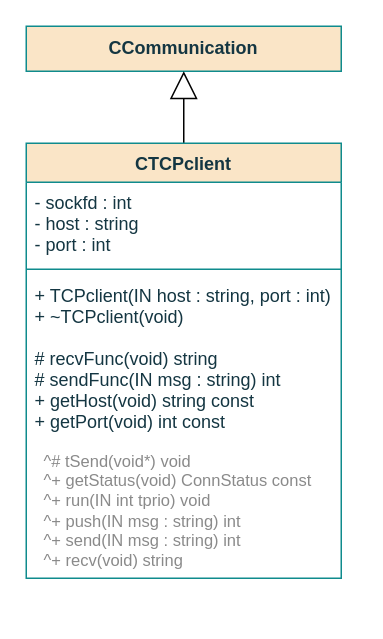
Above: page "Class" (1 of 4) of documentation/flowcharts/Classes/CTCPclient.drawio in ESRGgroup9/slipad (draw.io), before the change. Source tidied: cells renumbered, new cells numbered last; positions are measured from the earlier drawing's top-left corner, leaving out a move shared by most shapes. Both pictures are drawn from the tidied source at 150%, with x=0, y=0 at pixel (26, 26).
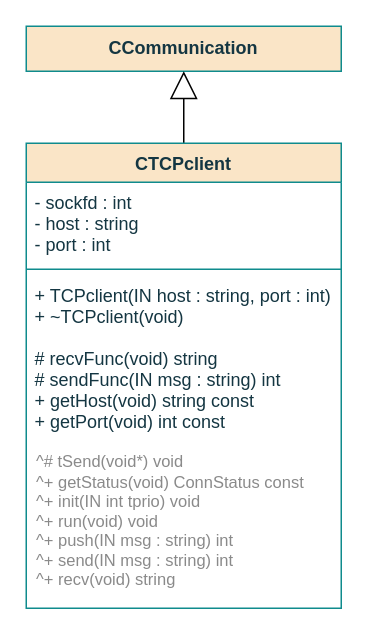
The same page after the edit.

What changed in the source:
```diff
@@
 <mxGraphModel>
   <root>
     <mxCell id="0" />
     <mxCell id="1" parent="0" />
     <mxCell id="2" value="CCommunication" style="rounded=0;whiteSpace=wrap;html=1;sketch=0;fontColor=#143642;strokeColor=#0F8B8D;fillColor=#FAE5C7;fontStyle=1;" parent="1" vertex="1">
       <mxGeometry width="210" height="30" as="geometry" />
     </mxCell>
     <mxCell id="3" style="endArrow=block;endSize=16;endFill=0;html=1;rounded=0;exitX=0.5;exitY=0;exitDx=0;exitDy=0;entryX=0.5;entryY=1;entryDx=0;entryDy=0;" parent="1" edge="1" target="2">
       <mxGeometry relative="1" as="geometry">
         <mxPoint x="105" y="80" as="sourcePoint" />
       </mxGeometry>
     </mxCell>
     <mxCell id="4" value="CTCPclient" style="swimlane;fontStyle=1;align=center;verticalAlign=top;horizontal=1;startSize=26;fillColor=#FAE5C7;strokeColor=#0F8B8D;fontColor=#143642;" parent="1" vertex="1">
-      <mxGeometry y="78" width="210" height="290" as="geometry" />
+      <mxGeometry y="78" width="210" height="310" as="geometry" />
     </mxCell>
     <mxCell id="5" value="- sockfd : int&#10;- host : string&#10;- port : int&#10;&#10;" style="text;strokeColor=none;fillColor=none;align=left;verticalAlign=top;spacingLeft=4;spacingRight=4;overflow=hidden;fontColor=#143642;" parent="4" vertex="1">
       <mxGeometry y="26" width="210" height="54" as="geometry" />
     </mxCell>
     <mxCell id="6" style="line;strokeWidth=1;fillColor=none;align=left;verticalAlign=middle;spacingTop=-1;spacingLeft=3;spacingRight=3;labelPosition=right;labelBackgroundColor=#DAD2D8;strokeColor=#0F8B8D;fontColor=#143642;" parent="4" vertex="1">
       <mxGeometry y="80" width="210" height="8" as="geometry" />
     </mxCell>
     <mxCell id="7" value="+ TCPclient(IN host : string, port : int)&#10;+ ~TCPclient(void)&#10;&#10;# recvFunc(void) string&#10;# sendFunc(IN msg : string) int&#10;+ getHost(void) string const&#10;+ getPort(void) int const&#10; " style="text;strokeColor=none;fillColor=none;align=left;verticalAlign=top;spacingLeft=4;spacingRight=4;overflow=hidden;fontColor=#143642;" parent="4" vertex="1">
-      <mxGeometry y="88" width="210" height="202" as="geometry" />
+      <mxGeometry y="88" width="210" height="222" as="geometry" />
     </mxCell>
-    <mxCell id="8" value="&lt;div style=&quot;font-size: 11px&quot;&gt;&lt;font style=&quot;font-size: 11px&quot; color=&quot;#8A8A8A&quot;&gt;^# tSend(void*) void&lt;br&gt;&lt;/font&gt;&lt;/div&gt;&lt;div style=&quot;font-size: 11px&quot;&gt;&lt;font style=&quot;font-size: 11px&quot; color=&quot;#8A8A8A&quot;&gt;^+ getStatus(void) ConnStatus const&lt;br style=&quot;font-size: 11px&quot;&gt;&lt;/font&gt;&lt;/div&gt;&lt;div style=&quot;font-size: 11px&quot;&gt;&lt;font style=&quot;font-size: 11px&quot; color=&quot;#8A8A8A&quot;&gt;^+ run(IN int tprio) void&lt;/font&gt;&lt;/div&gt;&lt;font style=&quot;font-size: 11px&quot; color=&quot;#8A8A8A&quot;&gt;^+ push(IN msg : string) int&lt;br style=&quot;font-size: 11px&quot;&gt;^+ send(IN msg : string) int&lt;br style=&quot;font-size: 11px&quot;&gt;^+ recv(void) string&lt;/font&gt;" style="text;html=1;align=left;verticalAlign=middle;strokeColor=none;fillColor=none;opacity=10;fontSize=11;" parent="1" vertex="1">
-      <mxGeometry x="10" y="278" width="210" height="90" as="geometry" />
+    <mxCell id="8" value="&lt;div style=&quot;font-size: 11px&quot;&gt;&lt;font style=&quot;font-size: 11px&quot; color=&quot;#8A8A8A&quot;&gt;^# tSend(void*) void&lt;br&gt;&lt;/font&gt;&lt;/div&gt;&lt;div style=&quot;font-size: 11px&quot;&gt;&lt;font style=&quot;font-size: 11px&quot; color=&quot;#8A8A8A&quot;&gt;^+ getStatus(void) ConnStatus const&lt;br style=&quot;font-size: 11px&quot;&gt;&lt;/font&gt;&lt;/div&gt;&lt;div style=&quot;font-size: 11px&quot;&gt;&lt;font style=&quot;font-size: 11px&quot; color=&quot;#8A8A8A&quot;&gt;^+ init(IN int tprio) void&lt;/font&gt;&lt;/div&gt;&lt;div style=&quot;font-size: 11px&quot;&gt;&lt;font style=&quot;font-size: 11px&quot; color=&quot;#8A8A8A&quot;&gt;^+ run(void) void&lt;br&gt;&lt;/font&gt;&lt;/div&gt;&lt;font style=&quot;font-size: 11px&quot; color=&quot;#8A8A8A&quot;&gt;^+ push(IN msg : string) int&lt;br style=&quot;font-size: 11px&quot;&gt;^+ send(IN msg : string) int&lt;br style=&quot;font-size: 11px&quot;&gt;^+ recv(void) string&lt;/font&gt;" style="text;html=1;align=left;verticalAlign=middle;strokeColor=none;fillColor=none;opacity=10;fontSize=11;" parent="1" vertex="1">
+      <mxGeometry x="5" y="275" width="210" height="110" as="geometry" />
     </mxCell>
   </root>
 </mxGraphModel>
```
